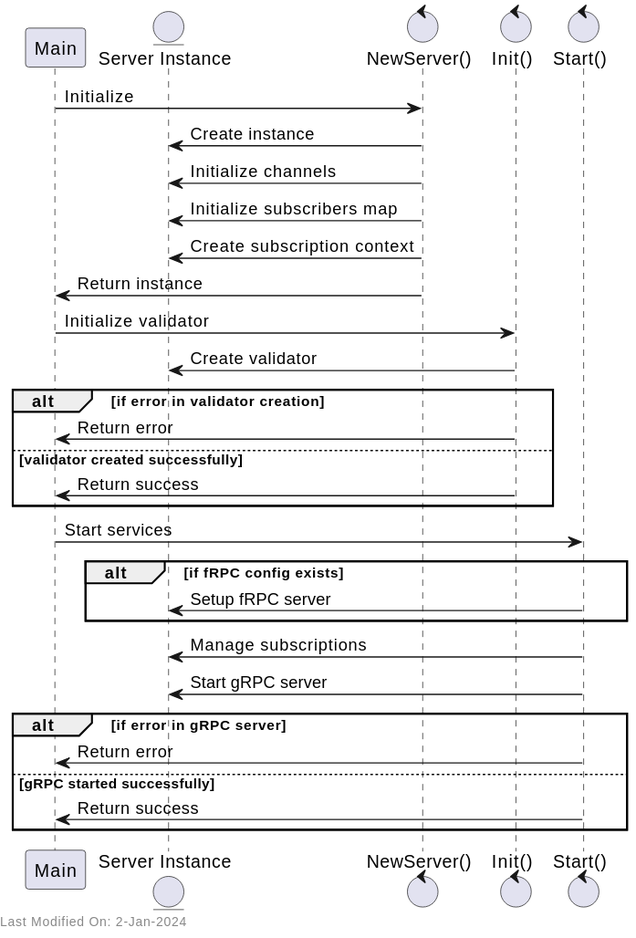
Before: docs/services/img/plantuml/validator/tx_validator_init.svg, a diagram exported from PlantUML (freemans13/teranode). Its source is kept beside it as docs/services/img/plantuml/validator/tx_validator_init.puml.
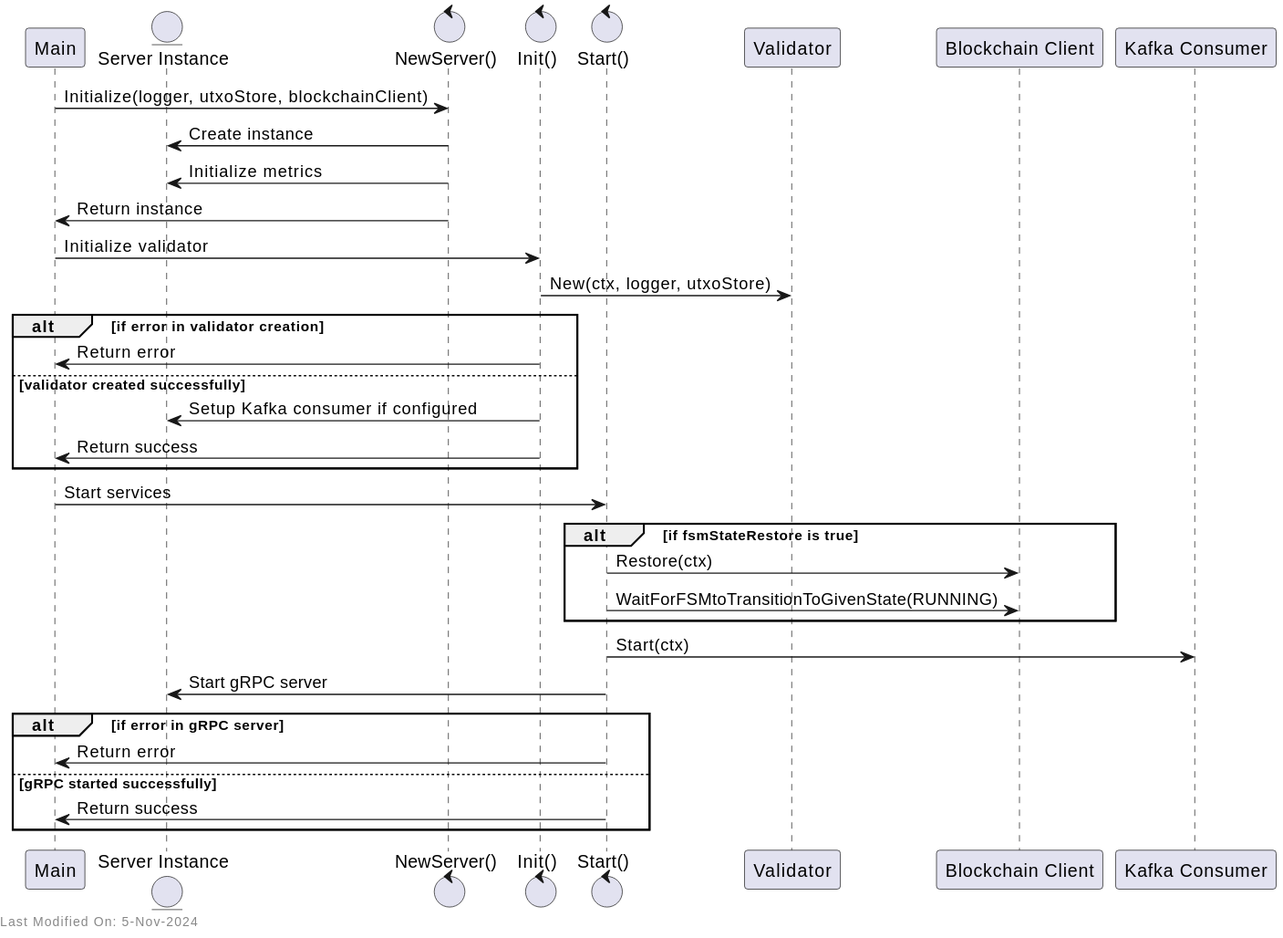
After the commit.

Commit message:
Documentation - restructure Validator Service documentation for better separation of design and reference documents #1395

Diff of the diagram source:
```diff
@@ -4,28 +4,30 @@
 control "NewServer()" as NewServer
 control "Init()" as Init
 control "Start()" as Start
+participant Validator
+participant "Blockchain Client" as BlockchainClient
+participant "Kafka Consumer" as KafkaConsumer
 
-Main -> NewServer: Initialize
+Main -> NewServer: Initialize(logger, utxoStore, blockchainClient)
 NewServer -> Server: Create instance
-NewServer -> Server: Initialize channels
-NewServer -> Server: Initialize subscribers map
-NewServer -> Server: Create subscription context
+NewServer -> Server: Initialize metrics
 NewServer -> Main: Return instance
 
 Main -> Init: Initialize validator
-Init -> Server: Create validator
+Init -> Validator: New(ctx, logger, utxoStore)
 alt if error in validator creation
     Init -> Main: Return error
 else validator created successfully
+    Init -> Server: Setup Kafka consumer if configured
     Init -> Main: Return success
 end
 
 Main -> Start: Start services
-
-alt if fRPC config exists
-    Start -> Server: Setup fRPC server
+alt if fsmStateRestore is true
+    Start -> BlockchainClient: Restore(ctx)
+    Start -> BlockchainClient: WaitForFSMtoTransitionToGivenState(RUNNING)
 end
-Start -> Server: Manage subscriptions
+Start -> KafkaConsumer: Start(ctx)
 Start -> Server: Start gRPC server
 alt if error in gRPC server
     Start -> Main: Return error
```
